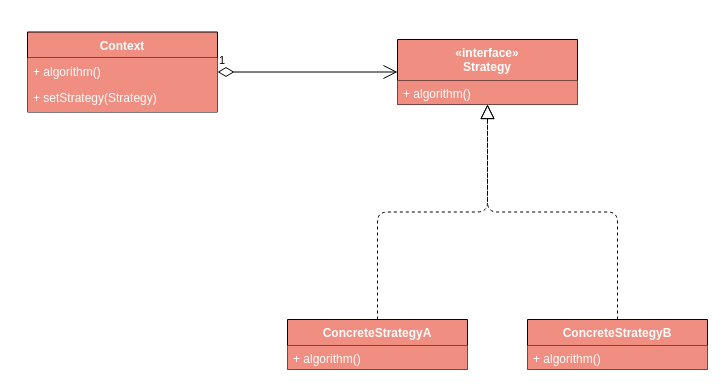
Before: docs/drawio/Strategy.drawio in CodePoem/VDesignPatterns, a draw.io diagram. Source tidied: cells renumbered, new cells numbered last; positions are measured from the earlier drawing's top-left corner, leaving out a move shared by most shapes. Both pictures are drawn from the tidied source at 100%, with x=0, y=0 at pixel (27, 31).
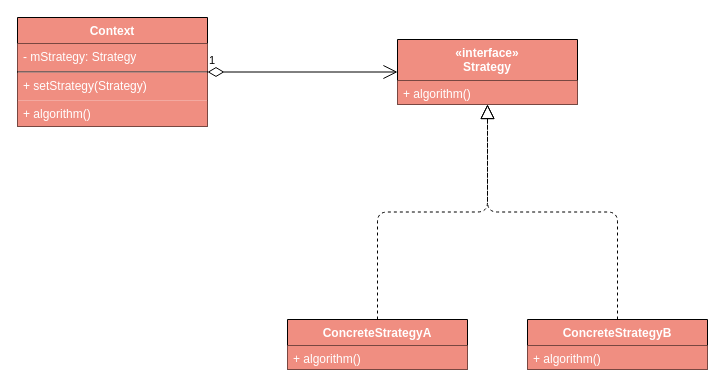
Above is the later version.

What changed in the source:
```diff
@@
 <mxGraphModel>
   <root>
     <mxCell id="0" />
     <mxCell id="1" parent="0" />
     <mxCell id="2" value="«interface»&#10;Strategy" style="swimlane;fontStyle=1;align=center;verticalAlign=top;horizontal=1;startSize=41;fillColor=#F08E81;fontColor=#FFFFFF;" parent="1" vertex="1">
       <mxGeometry x="370" y="8" width="180" height="65" as="geometry" />
     </mxCell>
     <mxCell id="3" value="+ algorithm()&#10;" style="text;strokeColor=none;fillColor=#F08E81;align=left;verticalAlign=top;spacingLeft=4;spacingRight=4;overflow=hidden;fontColor=#FFFFFF;" parent="2" vertex="1">
       <mxGeometry y="41" width="180" height="24" as="geometry" />
     </mxCell>
     <mxCell id="4" value="ConcreteStrategyA" style="swimlane;fontStyle=1;align=center;verticalAlign=top;horizontal=1;startSize=26;fillColor=#F08E81;fontColor=#FFFFFF;" parent="1" vertex="1">
       <mxGeometry x="260" y="288" width="180" height="50" as="geometry" />
     </mxCell>
     <mxCell id="5" value="+ algorithm()&#10;" style="text;strokeColor=none;fillColor=#F08E81;align=left;verticalAlign=top;spacingLeft=4;spacingRight=4;overflow=hidden;fontColor=#FFFFFF;" parent="4" vertex="1">
       <mxGeometry y="26" width="180" height="24" as="geometry" />
     </mxCell>
     <mxCell id="6" value="ConcreteStrategyB" style="swimlane;fontStyle=1;align=center;verticalAlign=top;horizontal=1;startSize=26;fillColor=#F08E81;fontColor=#FFFFFF;" parent="1" vertex="1">
       <mxGeometry x="500" y="288" width="180" height="50" as="geometry" />
     </mxCell>
     <mxCell id="7" value="+ algorithm()&#10;" style="text;strokeColor=none;fillColor=#F08E81;align=left;verticalAlign=top;spacingLeft=4;spacingRight=4;overflow=hidden;fontColor=#FFFFFF;" parent="6" vertex="1">
       <mxGeometry y="26" width="180" height="24" as="geometry" />
     </mxCell>
     <mxCell id="8" style="endArrow=block;dashed=1;endFill=0;endSize=12;html=1;fontColor=#000000;entryX=0.5;entryY=1;entryDx=0;entryDy=0;exitX=0.5;exitY=0;exitDx=0;exitDy=0;edgeStyle=orthogonalEdgeStyle;" parent="1" edge="1" source="4" target="2">
       <mxGeometry relative="1" as="geometry" />
     </mxCell>
     <mxCell id="9" style="endArrow=block;dashed=1;endFill=0;endSize=12;html=1;fontColor=#000000;entryX=0.5;entryY=1;entryDx=0;entryDy=0;exitX=0.5;exitY=0;exitDx=0;exitDy=0;edgeStyle=orthogonalEdgeStyle;" parent="1" edge="1" source="6" target="2">
       <mxGeometry relative="1" as="geometry" />
     </mxCell>
     <mxCell id="10" value="Context" style="swimlane;fontStyle=1;align=center;verticalAlign=top;horizontal=1;startSize=26;fillColor=#F08E81;fontColor=#FFFFFF;" parent="1" vertex="1">
-      <mxGeometry y="0.5" width="190" height="80" as="geometry" />
+      <mxGeometry x="-10" y="-14" width="190" height="109" as="geometry" />
     </mxCell>
+    <mxCell id="14" value="- mStrategy: Strategy&#10;" style="text;strokeColor=none;fillColor=#F08E81;align=left;verticalAlign=top;spacingLeft=4;spacingRight=4;overflow=hidden;fontColor=#FFFFFF;" parent="10" vertex="1">
+      <mxGeometry y="26" width="190" height="28" as="geometry" />
+    </mxCell>
+    <mxCell id="15" style="line;strokeWidth=1;fillColor=none;align=left;verticalAlign=middle;spacingTop=-1;spacingLeft=3;spacingRight=3;labelPosition=right;fontColor=#000000;" parent="10" vertex="1">
+      <mxGeometry y="54" width="190" height="1" as="geometry" />
+    </mxCell>
+    <mxCell id="12" value="+ setStrategy(Strategy)&#10;" style="text;strokeColor=none;fillColor=#F08E81;align=left;verticalAlign=top;spacingLeft=4;spacingRight=4;overflow=hidden;fontColor=#FFFFFF;" parent="10" vertex="1">
+      <mxGeometry y="55" width="190" height="28" as="geometry" />
+    </mxCell>
     <mxCell id="11" value="+ algorithm()&#10;" style="text;strokeColor=none;fillColor=#F08E81;align=left;verticalAlign=top;spacingLeft=4;spacingRight=4;overflow=hidden;fontColor=#FFFFFF;" parent="10" vertex="1">
-      <mxGeometry y="26" width="190" height="26" as="geometry" />
+      <mxGeometry y="83" width="190" height="26" as="geometry" />
     </mxCell>
-    <mxCell id="12" value="+ setStrategy(Strategy)&#10;" style="text;strokeColor=none;fillColor=#F08E81;align=left;verticalAlign=top;spacingLeft=4;spacingRight=4;overflow=hidden;fontColor=#FFFFFF;" parent="10" vertex="1">
-      <mxGeometry y="52" width="190" height="28" as="geometry" />
-    </mxCell>
     <mxCell id="13" value="1" style="endArrow=open;html=1;endSize=12;startArrow=diamondThin;startSize=14;startFill=0;edgeStyle=orthogonalEdgeStyle;align=left;verticalAlign=bottom;fontColor=#000000;exitX=1;exitY=0.5;exitDx=0;exitDy=0;entryX=0;entryY=0.5;entryDx=0;entryDy=0;" parent="1" edge="1" source="10" target="2">
       <mxGeometry x="-1" y="3" relative="1" as="geometry" />
     </mxCell>
   </root>
 </mxGraphModel>
```
